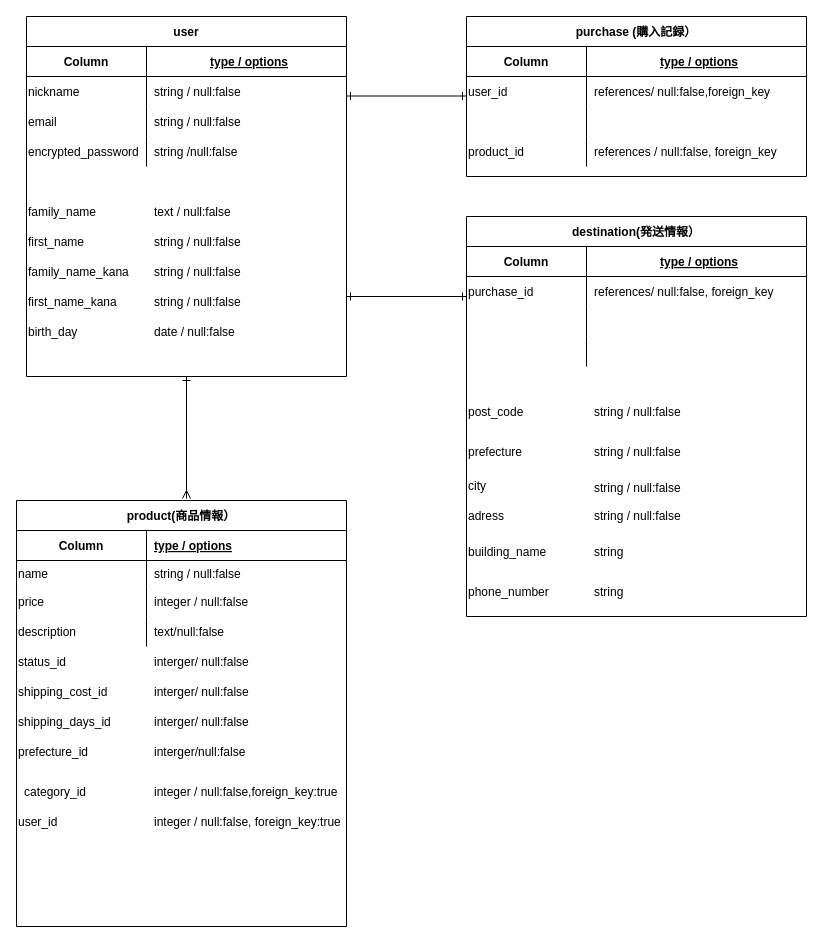
This is frima.dio from itosyo-takumi/furima-37236, a draw.io file, before an edit. Source tidied: cells renumbered, new cells numbered last; positions are measured from the earlier drawing's top-left corner, leaving out a move shared by most shapes. Both pictures are drawn from the tidied source at 100%, with x=0, y=0 at pixel (16, 16).
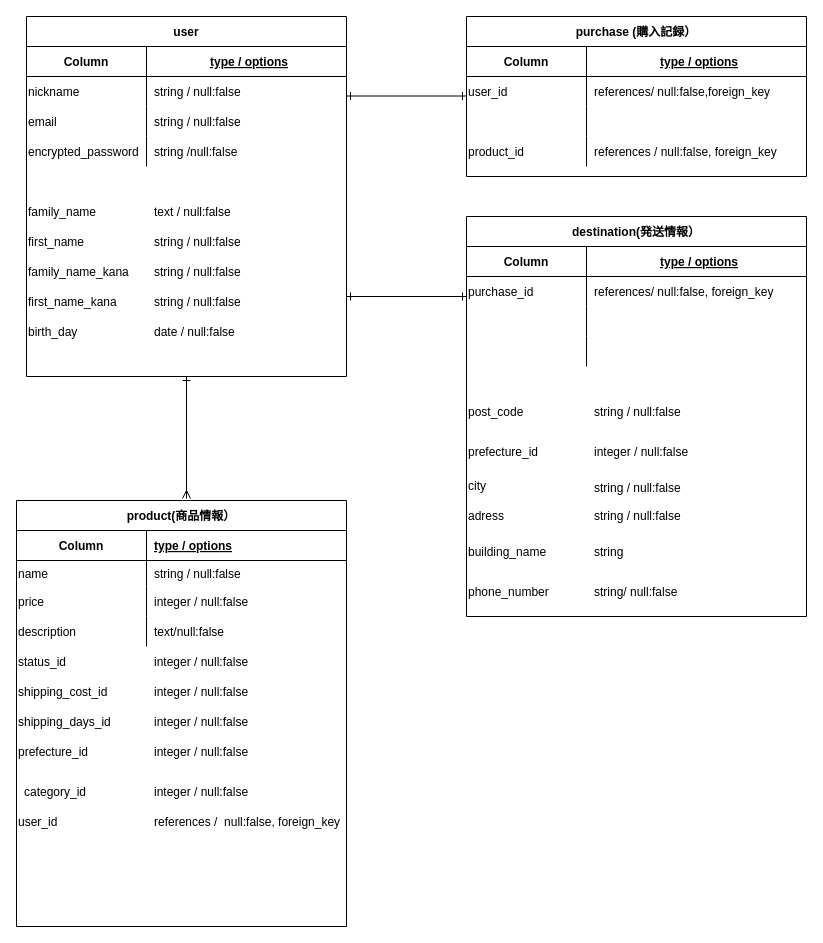
The same diagram, later.

What changed in the source:
```diff
@@
-    <mxCell id="54" value="string / null:false" style="shape=partialRectangle;fillColor=none;top=0;left=0;bottom=0;right=0;align=left;spacingLeft=6;overflow=hidden;" parent="1" vertex="1">
+    <mxCell id="54" value="integer / null:false" style="shape=partialRectangle;fillColor=none;top=0;left=0;bottom=0;right=0;align=left;spacingLeft=6;overflow=hidden;" parent="1" vertex="1">
       <mxGeometry x="570" y="420" width="180" height="30" as="geometry" />
     </mxCell>
@@
-    <mxCell id="56" value="string" style="shape=partialRectangle;fillColor=none;top=0;left=0;bottom=0;right=0;align=left;spacingLeft=6;overflow=hidden;" parent="1" vertex="1">
+    <mxCell id="56" value="string/ null:false" style="shape=partialRectangle;fillColor=none;top=0;left=0;bottom=0;right=0;align=left;spacingLeft=6;overflow=hidden;" parent="1" vertex="1">
       <mxGeometry x="570" y="560" width="180" height="30" as="geometry" />
     </mxCell>
@@
-    <mxCell id="58" value="prefecture" style="shape=partialRectangle;fillColor=none;top=0;left=0;bottom=0;right=0;overflow=hidden;align=left;" parent="1" vertex="1">
+    <mxCell id="58" value="prefecture_id" style="shape=partialRectangle;fillColor=none;top=0;left=0;bottom=0;right=0;overflow=hidden;align=left;" parent="1" vertex="1">
       <mxGeometry x="450" y="420" width="120" height="30" as="geometry" />
     </mxCell>
@@
-    <mxCell id="84" value="interger/ null:false" style="shape=partialRectangle;fillColor=none;top=0;left=0;bottom=0;right=0;align=left;spacingLeft=6;overflow=hidden;" parent="1" vertex="1">
+    <mxCell id="84" value="integer / null:false" style="shape=partialRectangle;fillColor=none;top=0;left=0;bottom=0;right=0;align=left;spacingLeft=6;overflow=hidden;" parent="1" vertex="1">
       <mxGeometry x="130" y="630" width="200" height="30" as="geometry" />
     </mxCell>
-    <mxCell id="85" value="interger/ null:false" style="shape=partialRectangle;fillColor=none;top=0;left=0;bottom=0;right=0;align=left;spacingLeft=6;overflow=hidden;" parent="1" vertex="1">
+    <mxCell id="85" value="integer / null:false" style="shape=partialRectangle;fillColor=none;top=0;left=0;bottom=0;right=0;align=left;spacingLeft=6;overflow=hidden;" parent="1" vertex="1">
       <mxGeometry x="130" y="690" width="200" height="30" as="geometry" />
     </mxCell>
-    <mxCell id="86" value="interger/ null:false" style="shape=partialRectangle;fillColor=none;top=0;left=0;bottom=0;right=0;align=left;spacingLeft=6;overflow=hidden;" parent="1" vertex="1">
+    <mxCell id="86" value="integer / null:false" style="shape=partialRectangle;fillColor=none;top=0;left=0;bottom=0;right=0;align=left;spacingLeft=6;overflow=hidden;" parent="1" vertex="1">
       <mxGeometry x="130" y="660" width="200" height="30" as="geometry" />
     </mxCell>
@@
-    <mxCell id="88" value="interger/null:false" style="shape=partialRectangle;fillColor=none;top=0;left=0;bottom=0;right=0;align=left;spacingLeft=6;overflow=hidden;" parent="1" vertex="1">
+    <mxCell id="88" value="integer / null:false" style="shape=partialRectangle;fillColor=none;top=0;left=0;bottom=0;right=0;align=left;spacingLeft=6;overflow=hidden;" parent="1" vertex="1">
       <mxGeometry x="130" y="720" width="200" height="30" as="geometry" />
     </mxCell>
-    <mxCell id="89" value="integer / null:false, foreign_key:true" style="shape=partialRectangle;fillColor=none;top=0;left=0;bottom=0;right=0;align=left;spacingLeft=6;overflow=hidden;" parent="1" vertex="1">
+    <mxCell id="89" value="references /  null:false, foreign_key" style="shape=partialRectangle;fillColor=none;top=0;left=0;bottom=0;right=0;align=left;spacingLeft=6;overflow=hidden;" parent="1" vertex="1">
       <mxGeometry x="130" y="790" width="200" height="30" as="geometry" />
     </mxCell>
-    <mxCell id="90" value="integer / null:false,foreign_key:true" style="shape=partialRectangle;fillColor=none;top=0;left=0;bottom=0;right=0;align=left;spacingLeft=6;overflow=hidden;" parent="1" vertex="1">
+    <mxCell id="90" value="integer / null:false" style="shape=partialRectangle;fillColor=none;top=0;left=0;bottom=0;right=0;align=left;spacingLeft=6;overflow=hidden;" parent="1" vertex="1">
       <mxGeometry x="130" y="760" width="200" height="30" as="geometry" />
     </mxCell>
```
